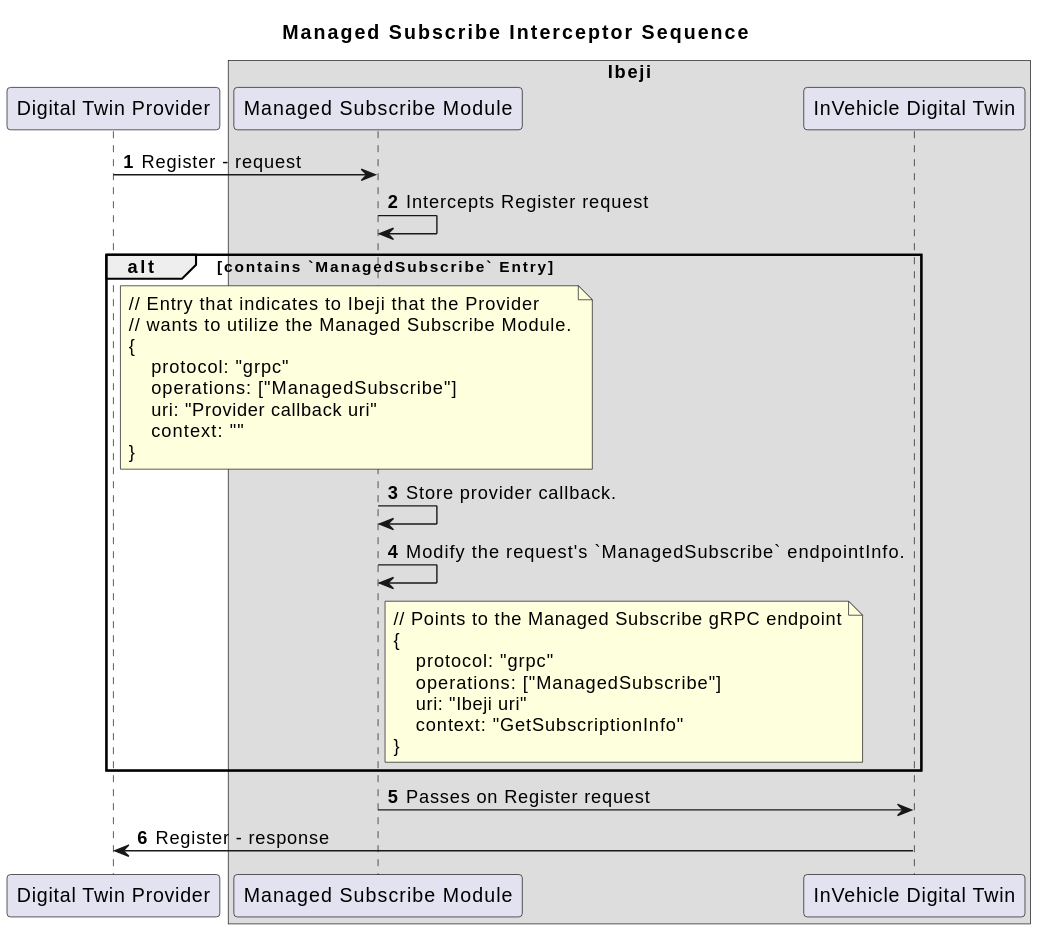
Above: docs/design/diagrams/managed_subscribe_interceptor_sequence.svg in eclipse-ibeji/ibeji (PlantUML), before the change.
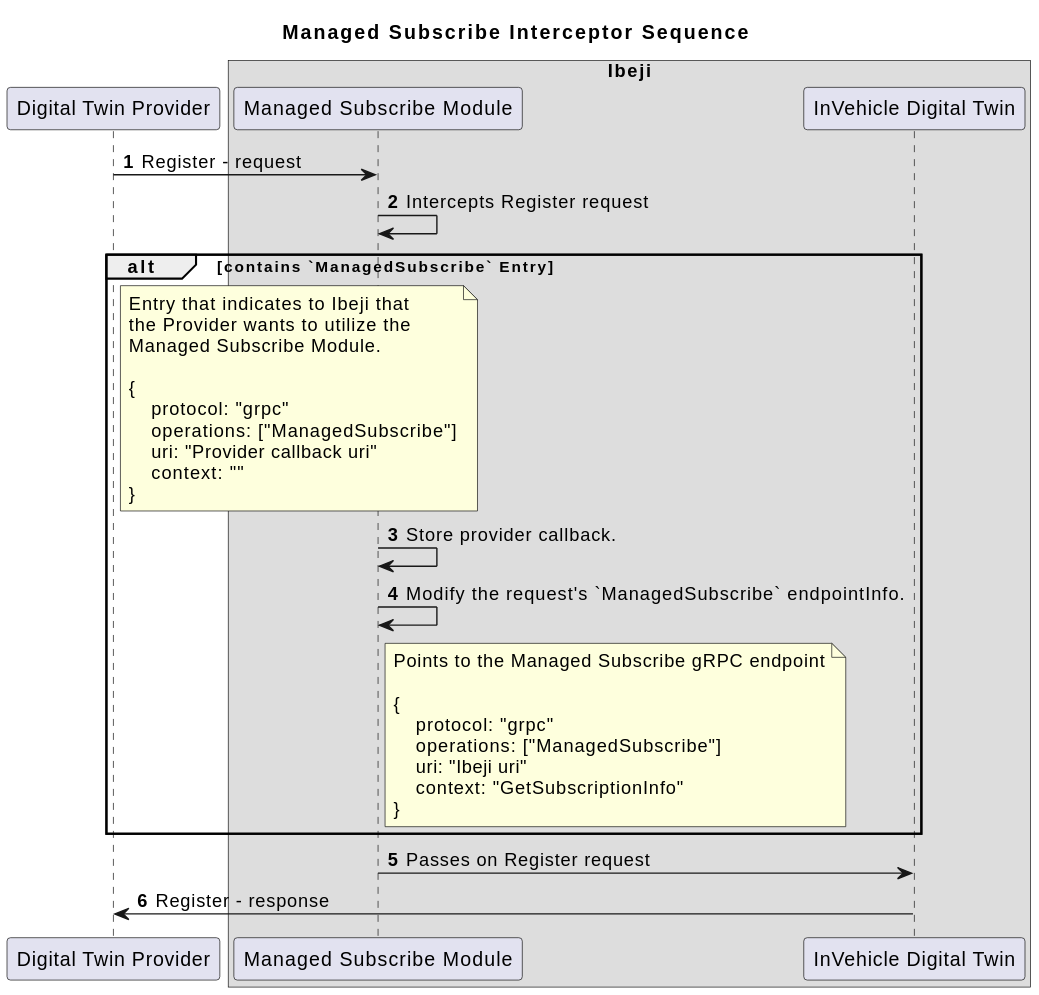
After the commit.

The edit, as a diff of the source:
```diff
@@ -13,8 +13,10 @@
 
 alt contains `ManagedSubscribe` Entry
 note right of DTProvider
-// Entry that indicates to Ibeji that the Provider
-// wants to utilize the Managed Subscribe Module.
+Entry that indicates to Ibeji that
+the Provider wants to utilize the
+Managed Subscribe Module.
+
 {
     protocol: "grpc"
     operations: ["ManagedSubscribe"]
@@ -25,7 +27,8 @@
 ManagedSubscribeModule -> ManagedSubscribeModule: Store provider callback.
 ManagedSubscribeModule -> ManagedSubscribeModule: Modify the request's `ManagedSubscribe` endpointInfo.
 note right of ManagedSubscribeModule
-// Points to the Managed Subscribe gRPC endpoint
+Points to the Managed Subscribe gRPC endpoint
+
 {
     protocol: "grpc"
     operations: ["ManagedSubscribe"]
```
